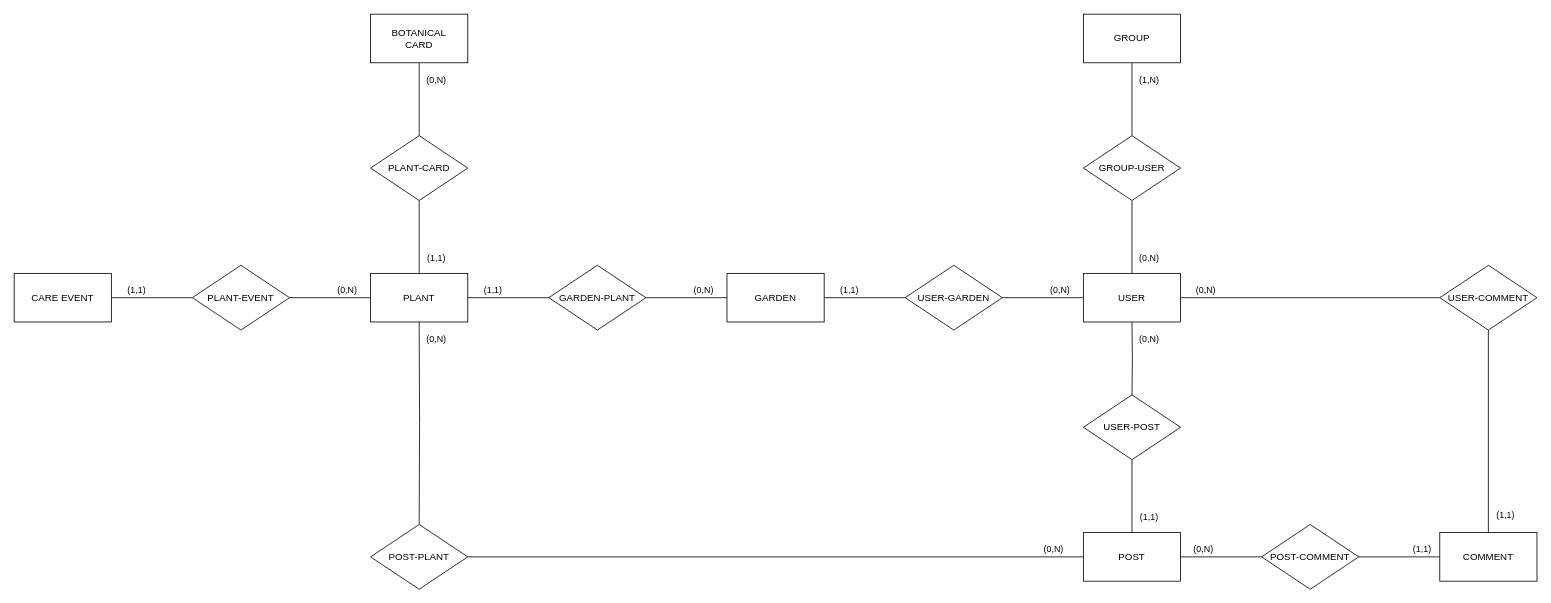
Before: documentation/ER_phytosend_db.drawio in Rudy3169/unito-tecnologie-web-25-26, a draw.io diagram. Source tidied: cells renumbered, new cells numbered last; positions are measured from the earlier drawing's top-left corner, leaving out a move shared by most shapes. Both pictures are drawn from the tidied source at 81%, with x=0, y=0 at pixel (14, 14).
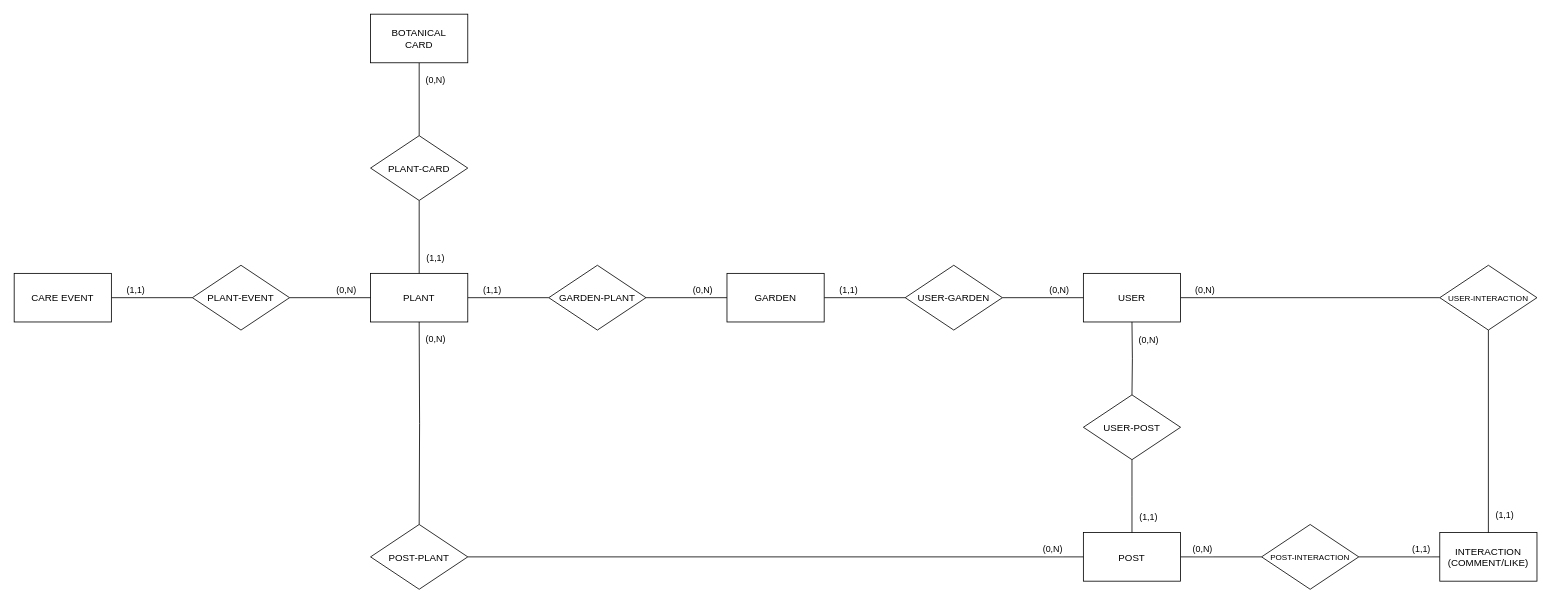
The same page after the edit.

Diff of the diagram source:
```diff
@@
-    <mxCell id="2" style="edgeStyle=orthogonalEdgeStyle;rounded=0;jettySize=auto;html=1;exitX=1;exitY=0.5;exitDx=0;exitDy=0;entryX=0;entryY=0.5;entryDx=0;entryDy=0;endArrow=none;endFill=0;" parent="1" edge="1" source="4" target="40">
+    <mxCell id="2" style="edgeStyle=orthogonalEdgeStyle;rounded=0;jettySize=auto;exitX=1;exitY=0.5;exitDx=0;exitDy=0;entryX=0;entryY=0.5;entryDx=0;entryDy=0;endArrow=none;endFill=0;" parent="1" edge="1" source="4" target="40">
       <mxGeometry relative="1" as="geometry" />
     </mxCell>
-    <mxCell id="3" value="(0,N)" style="edgeLabel;html=1;align=center;verticalAlign=middle;" parent="2" vertex="1">
+    <mxCell id="3" value="(0,N)" style="edgeLabel;align=center;verticalAlign=middle;" parent="2" vertex="1">
       <mxGeometry x="-0.88" relative="1" as="geometry">
         <mxPoint x="11" y="-10" as="offset" />
       </mxGeometry>
     </mxCell>
-    <mxCell id="4" value="USER" style="rounded=0;whiteSpace=wrap;html=1;" parent="1" vertex="1">
+    <mxCell id="4" value="USER" style="rounded=0;" parent="1" vertex="1">
       <mxGeometry x="1320" y="320" width="120" height="60" as="geometry" />
     </mxCell>
-    <mxCell id="5" style="edgeStyle=orthogonalEdgeStyle;rounded=0;jettySize=auto;html=1;exitX=1;exitY=0.5;exitDx=0;exitDy=0;entryX=0;entryY=0.5;entryDx=0;entryDy=0;endArrow=none;endFill=0;" parent="1" edge="1" source="7" target="32">
+    <mxCell id="5" style="edgeStyle=orthogonalEdgeStyle;rounded=0;jettySize=auto;exitX=1;exitY=0.5;exitDx=0;exitDy=0;entryX=0;entryY=0.5;entryDx=0;entryDy=0;endArrow=none;endFill=0;" parent="1" edge="1" source="7" target="32">
       <mxGeometry relative="1" as="geometry" />
     </mxCell>
-    <mxCell id="6" value="(1,1)" style="edgeLabel;html=1;align=center;verticalAlign=middle;" parent="5" vertex="1">
+    <mxCell id="6" value="(1,1)" style="edgeLabel;align=center;verticalAlign=middle;" parent="5" vertex="1">
       <mxGeometry x="-0.24" y="-2" relative="1" as="geometry">
         <mxPoint x="-8" y="-12" as="offset" />
       </mxGeometry>
     </mxCell>
-    <mxCell id="7" value="PLANT" style="rounded=0;whiteSpace=wrap;html=1;" parent="1" vertex="1">
+    <mxCell id="7" value="PLANT" style="rounded=0;" parent="1" vertex="1">
       <mxGeometry x="440" y="320" width="120" height="60" as="geometry" />
     </mxCell>
-    <mxCell id="8" style="edgeStyle=orthogonalEdgeStyle;rounded=0;jettySize=auto;html=1;exitX=1;exitY=0.5;exitDx=0;exitDy=0;entryX=0;entryY=0.5;entryDx=0;entryDy=0;endArrow=none;endFill=0;" parent="1" edge="1" source="10" target="29">
+    <mxCell id="8" style="edgeStyle=orthogonalEdgeStyle;rounded=0;jettySize=auto;exitX=1;exitY=0.5;exitDx=0;exitDy=0;entryX=0;entryY=0.5;entryDx=0;entryDy=0;endArrow=none;endFill=0;" parent="1" edge="1" source="10" target="29">
       <mxGeometry relative="1" as="geometry" />
     </mxCell>
-    <mxCell id="9" value="(1,1)" style="edgeLabel;html=1;align=center;verticalAlign=middle;" parent="8" vertex="1">
+    <mxCell id="9" value="(1,1)" style="edgeLabel;align=center;verticalAlign=middle;" parent="8" vertex="1">
       <mxGeometry x="-0.69" y="1" relative="1" as="geometry">
         <mxPoint x="14" y="-9" as="offset" />
       </mxGeometry>
     </mxCell>
-    <mxCell id="10" value="GARDEN" style="rounded=0;whiteSpace=wrap;html=1;" parent="1" vertex="1">
+    <mxCell id="10" value="GARDEN" style="rounded=0;" parent="1" vertex="1">
       <mxGeometry x="880" y="320" width="120" height="60" as="geometry" />
     </mxCell>
-    <mxCell id="11" value="COMMENT" style="rounded=0;whiteSpace=wrap;html=1;" parent="1" vertex="1">
+    <mxCell id="11" value="INTERACTION&#10;(COMMENT/LIKE)" style="rounded=0;" parent="1" vertex="1">
       <mxGeometry x="1760" y="640" width="120" height="60" as="geometry" />
     </mxCell>
-    <mxCell id="12" style="edgeStyle=orthogonalEdgeStyle;rounded=0;jettySize=auto;html=1;exitX=1;exitY=0.5;exitDx=0;exitDy=0;entryX=0;entryY=0.5;entryDx=0;entryDy=0;endArrow=none;endFill=0;" parent="1" edge="1" source="14" target="51">
+    <mxCell id="12" style="edgeStyle=orthogonalEdgeStyle;rounded=0;jettySize=auto;exitX=1;exitY=0.5;exitDx=0;exitDy=0;entryX=0;entryY=0.5;entryDx=0;entryDy=0;endArrow=none;endFill=0;" parent="1" edge="1" source="14" target="51">
       <mxGeometry relative="1" as="geometry" />
     </mxCell>
-    <mxCell id="13" value="(0,N)" style="edgeLabel;html=1;align=center;verticalAlign=middle;" parent="12" vertex="1">
+    <mxCell id="13" value="(0,N)" style="edgeLabel;align=center;verticalAlign=middle;" parent="12" vertex="1">
       <mxGeometry x="-0.46" relative="1" as="geometry">
         <mxPoint y="-10" as="offset" />
       </mxGeometry>
     </mxCell>
-    <mxCell id="14" value="POST" style="rounded=0;whiteSpace=wrap;html=1;" parent="1" vertex="1">
+    <mxCell id="14" value="POST" style="rounded=0;" parent="1" vertex="1">
       <mxGeometry x="1320" y="640" width="120" height="60" as="geometry" />
     </mxCell>
-    <mxCell id="15" style="edgeStyle=orthogonalEdgeStyle;rounded=0;jettySize=auto;html=1;exitX=1;exitY=0.5;exitDx=0;exitDy=0;entryX=0;entryY=0.5;entryDx=0;entryDy=0;endArrow=none;endFill=0;" parent="1" edge="1" source="17" target="54">
+    <mxCell id="15" style="edgeStyle=orthogonalEdgeStyle;rounded=0;jettySize=auto;exitX=1;exitY=0.5;exitDx=0;exitDy=0;entryX=0;entryY=0.5;entryDx=0;entryDy=0;endArrow=none;endFill=0;" parent="1" edge="1" source="17" target="54">
       <mxGeometry relative="1" as="geometry" />
     </mxCell>
-    <mxCell id="16" value="(1,1)" style="edgeLabel;html=1;align=center;verticalAlign=middle;" parent="15" vertex="1">
+    <mxCell id="16" value="(1,1)" style="edgeLabel;align=center;verticalAlign=middle;" parent="15" vertex="1">
       <mxGeometry x="-0.67" relative="1" as="geometry">
         <mxPoint x="14" y="-10" as="offset" />
       </mxGeometry>
     </mxCell>
-    <mxCell id="17" value="CARE EVENT" style="rounded=0;whiteSpace=wrap;html=1;" parent="1" vertex="1">
+    <mxCell id="17" value="CARE EVENT" style="rounded=0;" parent="1" vertex="1">
       <mxGeometry y="320" width="120" height="60" as="geometry" />
     </mxCell>
-    <mxCell id="18" style="edgeStyle=orthogonalEdgeStyle;rounded=0;jettySize=auto;html=1;exitX=0.5;exitY=1;exitDx=0;exitDy=0;entryX=0.5;entryY=0;entryDx=0;entryDy=0;endArrow=none;endFill=0;" parent="1" edge="1" source="20" target="48">
+    <mxCell id="18" style="edgeStyle=orthogonalEdgeStyle;rounded=0;jettySize=auto;exitX=0.5;exitY=1;exitDx=0;exitDy=0;entryX=0.5;entryY=0;entryDx=0;entryDy=0;endArrow=none;endFill=0;" parent="1" edge="1" source="20" target="48">
       <mxGeometry relative="1" as="geometry" />
     </mxCell>
-    <mxCell id="19" value="(0,N)" style="edgeLabel;html=1;align=center;verticalAlign=middle;" parent="18" vertex="1">
+    <mxCell id="19" value="(0,N)" style="edgeLabel;align=center;verticalAlign=middle;" parent="18" vertex="1">
       <mxGeometry x="-0.55" relative="1" as="geometry">
         <mxPoint x="20" as="offset" />
       </mxGeometry>
     </mxCell>
-    <mxCell id="20" value="BOTANICAL&lt;div&gt;CARD&lt;/div&gt;" style="rounded=0;whiteSpace=wrap;html=1;" parent="1" vertex="1">
+    <mxCell id="20" value="BOTANICAL&#10;CARD" style="rounded=0;" parent="1" vertex="1">
       <mxGeometry x="440" width="120" height="60" as="geometry" />
     </mxCell>
-    <mxCell id="21" style="edgeStyle=orthogonalEdgeStyle;rounded=0;jettySize=auto;html=1;exitX=0.5;exitY=1;exitDx=0;exitDy=0;entryX=0.5;entryY=0;entryDx=0;entryDy=0;endArrow=none;endFill=0;" parent="1" edge="1" source="23" target="26">
-      <mxGeometry relative="1" as="geometry" />
-    </mxCell>
-    <mxCell id="22" value="(1,N)" style="edgeLabel;html=1;align=center;verticalAlign=middle;" parent="21" vertex="1">
-      <mxGeometry x="-0.6" relative="1" as="geometry">
-        <mxPoint x="20" y="2" as="offset" />
-      </mxGeometry>
-    </mxCell>
-    <mxCell id="23" value="GROUP" style="rounded=0;whiteSpace=wrap;html=1;" parent="1" vertex="1">
-      <mxGeometry x="1320" width="120" height="60" as="geometry" />
-    </mxCell>
-    <mxCell id="24" style="edgeStyle=orthogonalEdgeStyle;rounded=0;jettySize=auto;html=1;exitX=0.5;exitY=1;exitDx=0;exitDy=0;entryX=0.5;entryY=0;entryDx=0;entryDy=0;endArrow=none;endFill=0;" parent="1" edge="1" source="26" target="4">
-      <mxGeometry relative="1" as="geometry" />
-    </mxCell>
-    <mxCell id="25" value="(0,N)" style="edgeLabel;html=1;align=center;verticalAlign=middle;" parent="24" vertex="1">
-      <mxGeometry x="0.52" y="-1" relative="1" as="geometry">
-        <mxPoint x="21" y="2" as="offset" />
-      </mxGeometry>
-    </mxCell>
-    <mxCell id="26" value="GROUP-USER" style="rhombus;whiteSpace=wrap;html=1;" parent="1" vertex="1">
-      <mxGeometry x="1320" y="150" width="120" height="80" as="geometry" />
-    </mxCell>
-    <mxCell id="27" style="edgeStyle=orthogonalEdgeStyle;rounded=0;jettySize=auto;html=1;exitX=1;exitY=0.5;exitDx=0;exitDy=0;entryX=0;entryY=0.5;entryDx=0;entryDy=0;endArrow=none;endFill=0;" parent="1" edge="1" source="29" target="4">
+    <mxCell id="27" style="edgeStyle=orthogonalEdgeStyle;rounded=0;jettySize=auto;exitX=1;exitY=0.5;exitDx=0;exitDy=0;entryX=0;entryY=0.5;entryDx=0;entryDy=0;endArrow=none;endFill=0;" parent="1" edge="1" source="29" target="4">
       <mxGeometry relative="1" as="geometry" />
     </mxCell>
-    <mxCell id="28" value="(0,N)" style="edgeLabel;html=1;align=center;verticalAlign=middle;" parent="27" vertex="1">
+    <mxCell id="28" value="(0,N)" style="edgeLabel;align=center;verticalAlign=middle;" parent="27" vertex="1">
       <mxGeometry x="0.53" y="-1" relative="1" as="geometry">
         <mxPoint x="-7" y="-11" as="offset" />
       </mxGeometry>
     </mxCell>
-    <mxCell id="29" value="USER-GARDEN" style="rhombus;whiteSpace=wrap;html=1;" parent="1" vertex="1">
+    <mxCell id="29" value="USER-GARDEN" style="rhombus;" parent="1" vertex="1">
       <mxGeometry x="1100" y="310" width="120" height="80" as="geometry" />
     </mxCell>
-    <mxCell id="30" style="edgeStyle=orthogonalEdgeStyle;rounded=0;jettySize=auto;html=1;exitX=1;exitY=0.5;exitDx=0;exitDy=0;entryX=0;entryY=0.5;entryDx=0;entryDy=0;endArrow=none;endFill=0;" parent="1" edge="1" source="32" target="10">
+    <mxCell id="30" style="edgeStyle=orthogonalEdgeStyle;rounded=0;jettySize=auto;exitX=1;exitY=0.5;exitDx=0;exitDy=0;entryX=0;entryY=0.5;entryDx=0;entryDy=0;endArrow=none;endFill=0;" parent="1" edge="1" source="32" target="10">
       <mxGeometry relative="1" as="geometry" />
     </mxCell>
-    <mxCell id="31" value="(0,N)" style="edgeLabel;html=1;align=center;verticalAlign=middle;" parent="30" vertex="1">
+    <mxCell id="31" value="(0,N)" style="edgeLabel;align=center;verticalAlign=middle;" parent="30" vertex="1">
       <mxGeometry x="0.63" y="-1" relative="1" as="geometry">
         <mxPoint x="-12" y="-11" as="offset" />
       </mxGeometry>
     </mxCell>
-    <mxCell id="32" value="GARDEN-PLANT" style="rhombus;whiteSpace=wrap;html=1;" parent="1" vertex="1">
+    <mxCell id="32" value="GARDEN-PLANT" style="rhombus;" parent="1" vertex="1">
       <mxGeometry x="660" y="310" width="120" height="80" as="geometry" />
     </mxCell>
-    <mxCell id="33" style="edgeStyle=orthogonalEdgeStyle;rounded=0;jettySize=auto;html=1;exitX=0.5;exitY=1;exitDx=0;exitDy=0;entryX=0.5;entryY=0;entryDx=0;entryDy=0;endArrow=none;endFill=0;" parent="1" edge="1" target="37">
+    <mxCell id="33" style="edgeStyle=orthogonalEdgeStyle;rounded=0;jettySize=auto;exitX=0.5;exitY=1;exitDx=0;exitDy=0;entryX=0.5;entryY=0;entryDx=0;entryDy=0;endArrow=none;endFill=0;" parent="1" edge="1" target="37">
       <mxGeometry relative="1" as="geometry">
         <mxPoint x="1380" y="380" as="sourcePoint" />
       </mxGeometry>
     </mxCell>
-    <mxCell id="34" value="(0,N)" style="edgeLabel;html=1;align=center;verticalAlign=middle;" parent="33" vertex="1">
+    <mxCell id="34" value="(0,N)" style="edgeLabel;align=center;verticalAlign=middle;" parent="33" vertex="1">
       <mxGeometry x="-0.28" relative="1" as="geometry">
         <mxPoint x="20" y="-12" as="offset" />
       </mxGeometry>
     </mxCell>
-    <mxCell id="35" style="edgeStyle=orthogonalEdgeStyle;rounded=0;jettySize=auto;html=1;exitX=0.5;exitY=1;exitDx=0;exitDy=0;entryX=0.5;entryY=0;entryDx=0;entryDy=0;endArrow=none;endFill=0;" parent="1" edge="1" source="37">
+    <mxCell id="35" style="edgeStyle=orthogonalEdgeStyle;rounded=0;jettySize=auto;exitX=0.5;exitY=1;exitDx=0;exitDy=0;entryX=0.5;entryY=0;entryDx=0;entryDy=0;endArrow=none;endFill=0;" parent="1" edge="1" source="37">
       <mxGeometry relative="1" as="geometry">
         <mxPoint x="1380" y="640" as="targetPoint" />
       </mxGeometry>
     </mxCell>
-    <mxCell id="36" value="(1,1)" style="edgeLabel;html=1;align=center;verticalAlign=middle;" parent="35" vertex="1">
+    <mxCell id="36" value="(1,1)" style="edgeLabel;align=center;verticalAlign=middle;" parent="35" vertex="1">
       <mxGeometry x="0.56" y="-2" relative="1" as="geometry">
         <mxPoint x="22" as="offset" />
       </mxGeometry>
     </mxCell>
-    <mxCell id="37" value="USER-POST" style="rhombus;whiteSpace=wrap;html=1;" parent="1" vertex="1">
+    <mxCell id="37" value="USER-POST" style="rhombus;" parent="1" vertex="1">
       <mxGeometry x="1320" y="470" width="120" height="80" as="geometry" />
     </mxCell>
-    <mxCell id="38" style="edgeStyle=orthogonalEdgeStyle;rounded=0;jettySize=auto;html=1;exitX=0.5;exitY=1;exitDx=0;exitDy=0;entryX=0.5;entryY=0;entryDx=0;entryDy=0;endArrow=none;endFill=0;" parent="1" edge="1" source="40" target="11">
+    <mxCell id="38" style="edgeStyle=orthogonalEdgeStyle;rounded=0;jettySize=auto;exitX=0.5;exitY=1;exitDx=0;exitDy=0;entryX=0.5;entryY=0;entryDx=0;entryDy=0;endArrow=none;endFill=0;" parent="1" edge="1" source="40" target="11">
       <mxGeometry relative="1" as="geometry" />
     </mxCell>
-    <mxCell id="39" value="(1,1)" style="edgeLabel;html=1;align=center;verticalAlign=middle;" parent="38" vertex="1">
+    <mxCell id="39" value="(1,1)" style="edgeLabel;align=center;verticalAlign=middle;" parent="38" vertex="1">
       <mxGeometry x="0.82" y="1" relative="1" as="geometry">
         <mxPoint x="19" as="offset" />
       </mxGeometry>
     </mxCell>
-    <mxCell id="40" value="USER-COMMENT" style="rhombus;whiteSpace=wrap;html=1;" parent="1" vertex="1">
+    <mxCell id="40" value="USER-INTERACTION" style="rhombus;fontSize=10;" parent="1" vertex="1">
       <mxGeometry x="1760" y="310" width="120" height="80" as="geometry" />
     </mxCell>
-    <mxCell id="41" style="edgeStyle=orthogonalEdgeStyle;rounded=0;jettySize=auto;html=1;exitX=0.5;exitY=1;exitDx=0;exitDy=0;entryX=0.5;entryY=0;entryDx=0;entryDy=0;endArrow=none;endFill=0;" parent="1" edge="1" target="45">
+    <mxCell id="41" style="edgeStyle=orthogonalEdgeStyle;rounded=0;jettySize=auto;exitX=0.5;exitY=1;exitDx=0;exitDy=0;entryX=0.5;entryY=0;entryDx=0;entryDy=0;endArrow=none;endFill=0;" parent="1" edge="1" target="45">
       <mxGeometry relative="1" as="geometry">
         <mxPoint x="500" y="380" as="sourcePoint" />
       </mxGeometry>
     </mxCell>
-    <mxCell id="42" value="(0,N)" style="edgeLabel;html=1;align=center;verticalAlign=middle;" parent="41" vertex="1">
+    <mxCell id="42" value="(0,N)" style="edgeLabel;align=center;verticalAlign=middle;" parent="41" vertex="1">
       <mxGeometry x="-0.75" y="-1" relative="1" as="geometry">
         <mxPoint x="21" y="-11" as="offset" />
       </mxGeometry>
     </mxCell>
-    <mxCell id="43" style="edgeStyle=orthogonalEdgeStyle;rounded=0;jettySize=auto;html=1;exitX=1;exitY=0.5;exitDx=0;exitDy=0;entryX=0;entryY=0.5;entryDx=0;entryDy=0;endArrow=none;endFill=0;" parent="1" edge="1" source="45" target="14">
+    <mxCell id="43" style="edgeStyle=orthogonalEdgeStyle;rounded=0;jettySize=auto;exitX=1;exitY=0.5;exitDx=0;exitDy=0;entryX=0;entryY=0.5;entryDx=0;entryDy=0;endArrow=none;endFill=0;" parent="1" edge="1" source="45" target="14">
       <mxGeometry relative="1" as="geometry" />
     </mxCell>
-    <mxCell id="44" value="(0,N)" style="edgeLabel;html=1;align=center;verticalAlign=middle;" parent="43" vertex="1">
+    <mxCell id="44" value="(0,N)" style="edgeLabel;align=center;verticalAlign=middle;" parent="43" vertex="1">
       <mxGeometry x="0.9" y="1" relative="1" as="geometry">
         <mxPoint y="-9" as="offset" />
       </mxGeometry>
     </mxCell>
-    <mxCell id="45" value="POST-PLANT" style="rhombus;whiteSpace=wrap;html=1;" parent="1" vertex="1">
+    <mxCell id="45" value="POST-PLANT" style="rhombus;" parent="1" vertex="1">
       <mxGeometry x="440" y="630" width="120" height="80" as="geometry" />
     </mxCell>
-    <mxCell id="46" style="edgeStyle=orthogonalEdgeStyle;rounded=0;jettySize=auto;html=1;exitX=0.5;exitY=1;exitDx=0;exitDy=0;entryX=0.5;entryY=0;entryDx=0;entryDy=0;endArrow=none;endFill=0;" parent="1" edge="1" source="48" target="7">
+    <mxCell id="46" style="edgeStyle=orthogonalEdgeStyle;rounded=0;jettySize=auto;exitX=0.5;exitY=1;exitDx=0;exitDy=0;entryX=0.5;entryY=0;entryDx=0;entryDy=0;endArrow=none;endFill=0;" parent="1" edge="1" source="48" target="7">
       <mxGeometry relative="1" as="geometry" />
     </mxCell>
-    <mxCell id="47" value="(1,1)" style="edgeLabel;html=1;align=center;verticalAlign=middle;" parent="46" vertex="1">
+    <mxCell id="47" value="(1,1)" style="edgeLabel;align=center;verticalAlign=middle;" parent="46" vertex="1">
       <mxGeometry x="0.42" y="1" relative="1" as="geometry">
         <mxPoint x="19" y="6" as="offset" />
       </mxGeometry>
     </mxCell>
-    <mxCell id="48" value="PLANT-CARD" style="rhombus;whiteSpace=wrap;html=1;" parent="1" vertex="1">
+    <mxCell id="48" value="PLANT-CARD" style="rhombus;" parent="1" vertex="1">
       <mxGeometry x="440" y="150" width="120" height="80" as="geometry" />
     </mxCell>
-    <mxCell id="49" style="edgeStyle=orthogonalEdgeStyle;rounded=0;jettySize=auto;html=1;exitX=1;exitY=0.5;exitDx=0;exitDy=0;entryX=0;entryY=0.5;entryDx=0;entryDy=0;endArrow=none;endFill=0;" parent="1" edge="1" source="51" target="11">
+    <mxCell id="49" style="edgeStyle=orthogonalEdgeStyle;rounded=0;jettySize=auto;exitX=1;exitY=0.5;exitDx=0;exitDy=0;entryX=0;entryY=0.5;entryDx=0;entryDy=0;endArrow=none;endFill=0;" parent="1" edge="1" source="51" target="11">
       <mxGeometry relative="1" as="geometry" />
     </mxCell>
-    <mxCell id="50" value="(1,1)" style="edgeLabel;html=1;align=center;verticalAlign=middle;" parent="49" vertex="1">
+    <mxCell id="50" value="(1,1)" style="edgeLabel;align=center;verticalAlign=middle;" parent="49" vertex="1">
       <mxGeometry x="0.53" y="2" relative="1" as="geometry">
         <mxPoint y="-8" as="offset" />
       </mxGeometry>
     </mxCell>
-    <mxCell id="51" value="POST-COMMENT" style="rhombus;whiteSpace=wrap;html=1;" parent="1" vertex="1">
+    <mxCell id="51" value="POST-INTERACTION" style="rhombus;fontSize=10;" parent="1" vertex="1">
       <mxGeometry x="1540" y="630" width="120" height="80" as="geometry" />
     </mxCell>
-    <mxCell id="52" style="edgeStyle=orthogonalEdgeStyle;rounded=0;jettySize=auto;html=1;exitX=1;exitY=0.5;exitDx=0;exitDy=0;entryX=0;entryY=0.5;entryDx=0;entryDy=0;endArrow=none;endFill=0;" parent="1" edge="1" source="54" target="7">
+    <mxCell id="52" style="edgeStyle=orthogonalEdgeStyle;rounded=0;jettySize=auto;exitX=1;exitY=0.5;exitDx=0;exitDy=0;entryX=0;entryY=0.5;entryDx=0;entryDy=0;endArrow=none;endFill=0;" parent="1" edge="1" source="54" target="7">
       <mxGeometry relative="1" as="geometry" />
     </mxCell>
-    <mxCell id="53" value="(0,N)" style="edgeLabel;html=1;align=center;verticalAlign=middle;" parent="52" vertex="1">
+    <mxCell id="53" value="(0,N)" style="edgeLabel;align=center;verticalAlign=middle;" parent="52" vertex="1">
       <mxGeometry x="0.35" y="2" relative="1" as="geometry">
         <mxPoint x="2" y="-8" as="offset" />
       </mxGeometry>
     </mxCell>
-    <mxCell id="54" value="PLANT-EVENT" style="rhombus;whiteSpace=wrap;html=1;" parent="1" vertex="1">
+    <mxCell id="54" value="PLANT-EVENT" style="rhombus;" parent="1" vertex="1">
       <mxGeometry x="220" y="310" width="120" height="80" as="geometry" />
     </mxCell>
```
